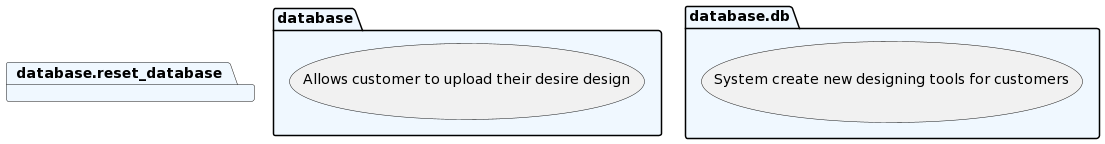
This is docs/diagrams/system/database_packages.png from Bradenm316/Projects, a PlantUML export, as it was before one commit. The source it was exported from:
```plantuml
@startuml
set namespaceSeparator none
package "database" as database #aliceblue {
    usecase "Allows customer to upload their desire design" as upload_design
}
package "database.db" as database.db #aliceblue {
    usecase "Allows customer to access available online design" as virtual_design
}
package "database.reset_database" as database.reset_database #aliceblue {
    usecase "System create new designing tools for customers" as virtual_design
}
@enduml
```
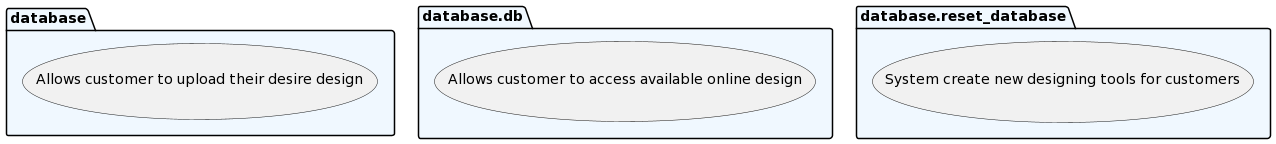
The same diagram one commit later.

Change to the diagram source:
```diff
@@ -7,6 +7,6 @@
     usecase "Allows customer to access available online design" as virtual_design
 }
 package "database.reset_database" as database.reset_database #aliceblue {
-    usecase "System create new designing tools for customers" as virtual_design
+    usecase "System create new designing tools for customers" as reset_virtual_design
 }
 @enduml
```
